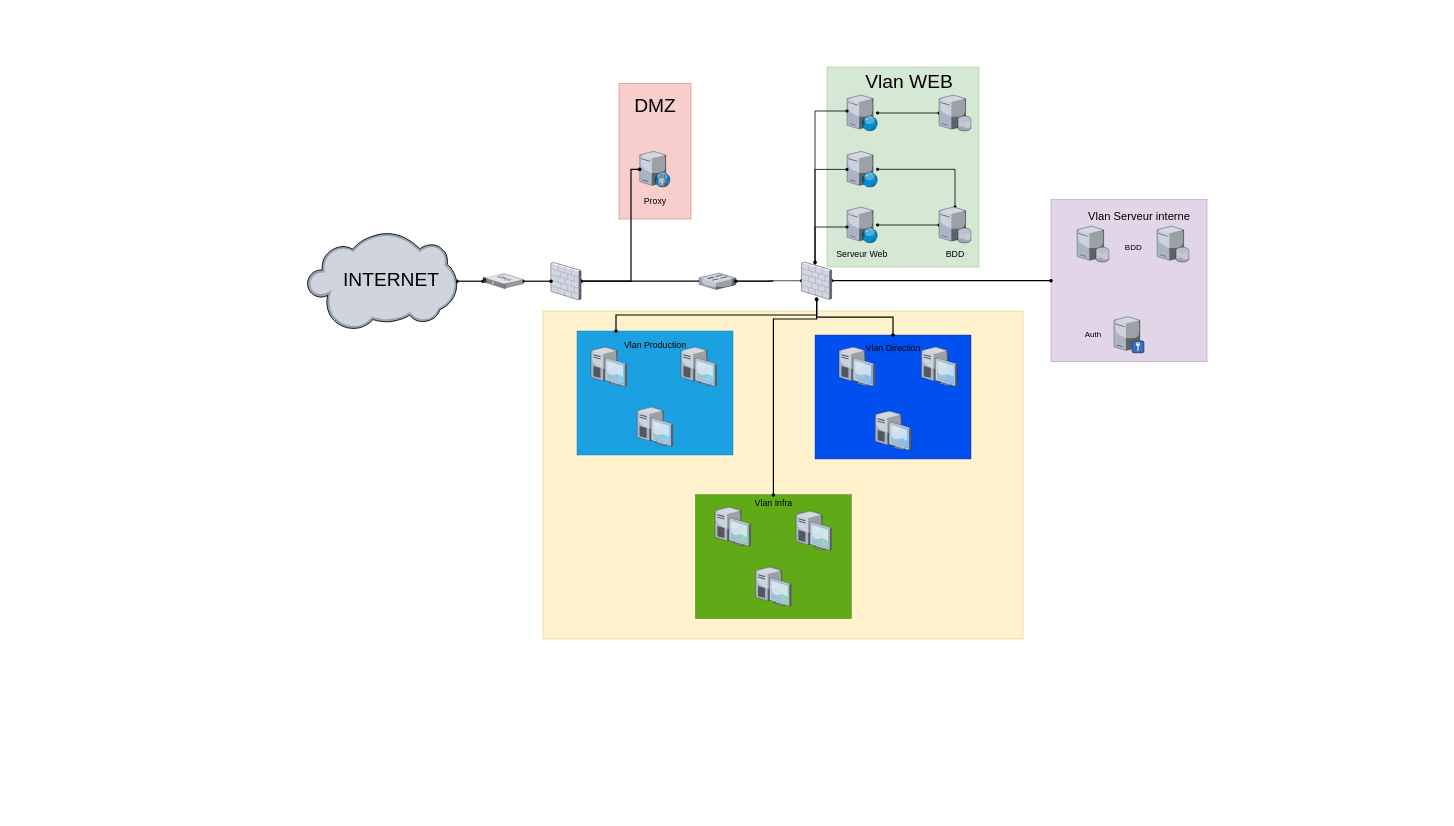
The draw.io diagram schémas/Diagramme sans nom.drawio in MaoenD/Projet_R-seau, before the edit. Source tidied: cells renumbered, new cells numbered last; positions are measured from the earlier drawing's top-left corner, leaving out a move shared by most shapes. Both pictures are drawn from the tidied source at 40%, with x=0, y=0 at pixel (307, 67).
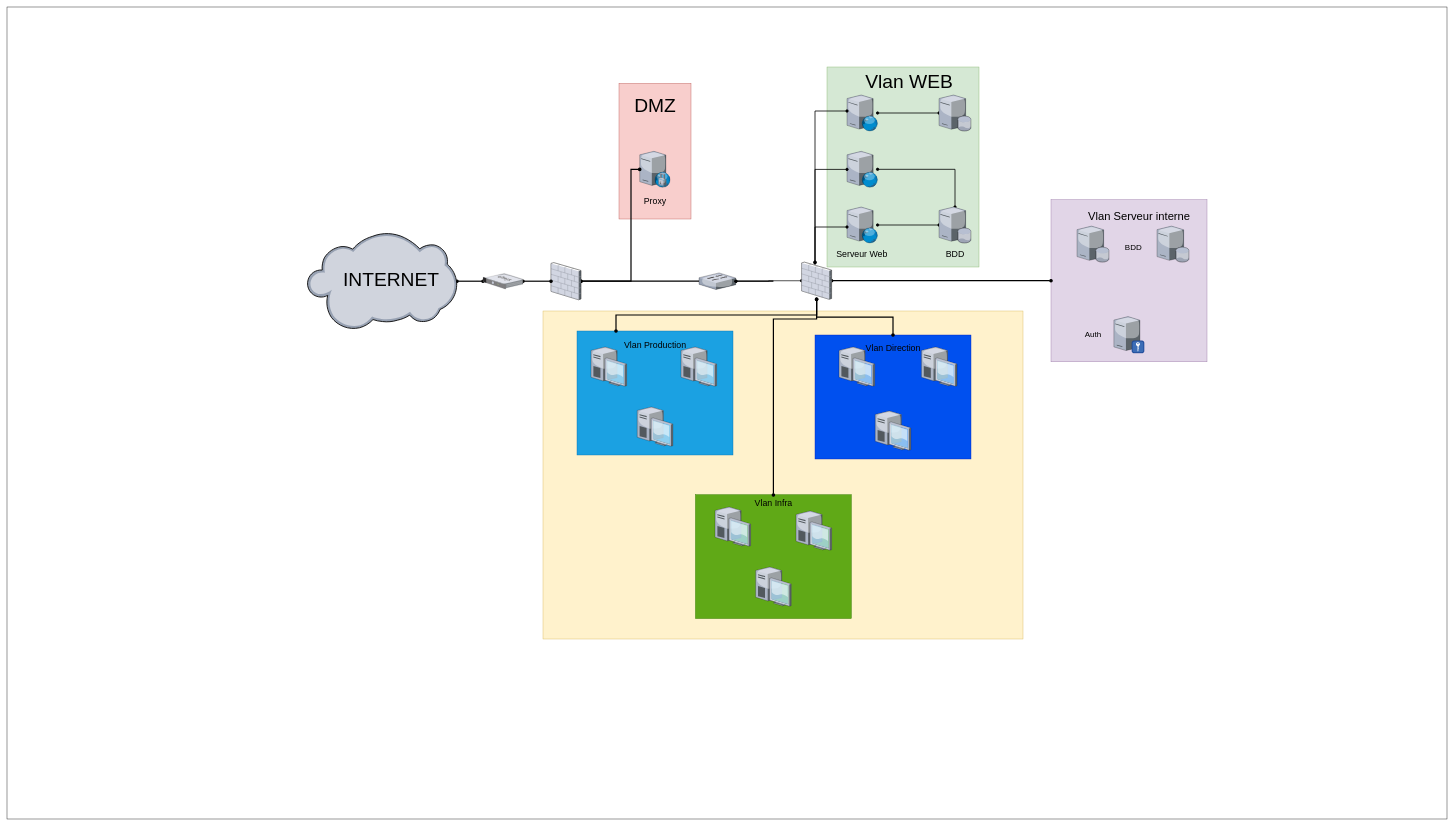
Above is the later version.

Commit message (it also covers changes not shown here):
Mettre à jour Diagramme sans nom.drawio

The edit, as a diff of the source:
```diff
@@
+    <mxCell id="60" style="rounded=0;whiteSpace=wrap;html=1;" parent="1" vertex="1">
+      <mxGeometry x="-750" y="-150" width="3600" height="2030" as="geometry" />
+    </mxCell>
```
